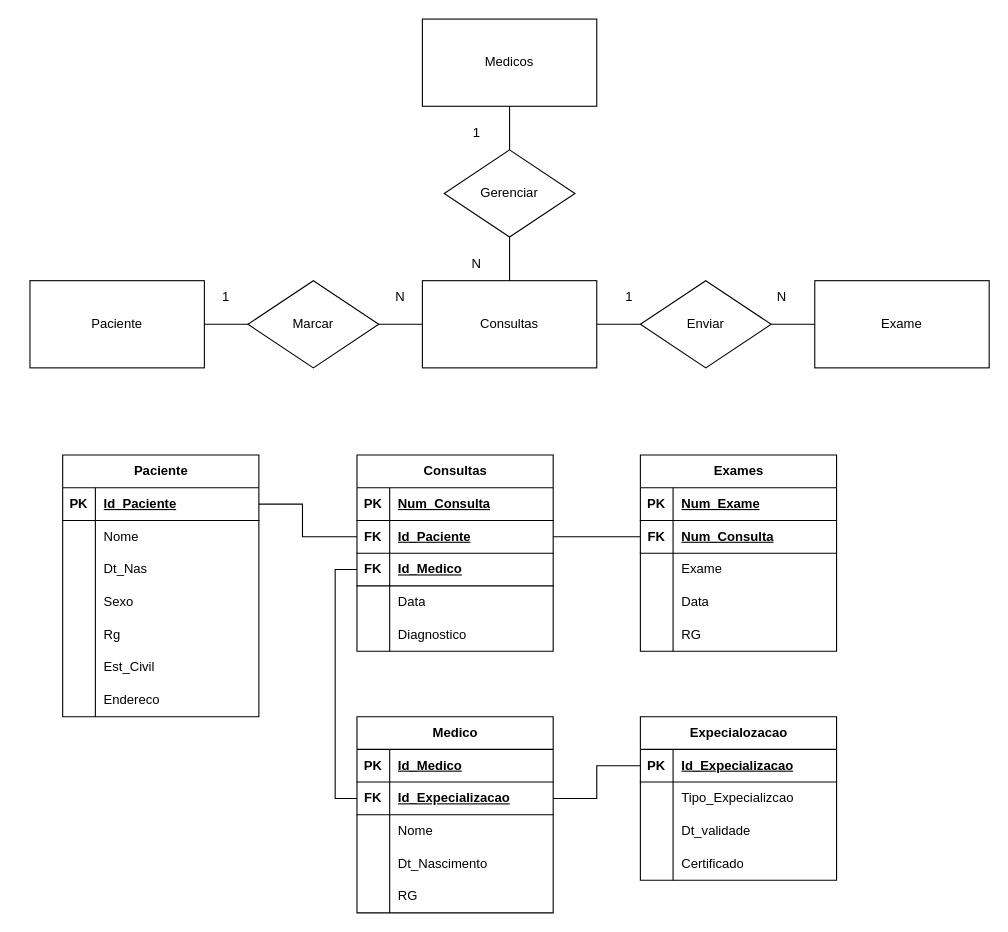
This is Ayv_edna.drawio from Endrigogustavo/2Ano-ETEC, a draw.io file, before an edit. Source tidied: cells renumbered, new cells numbered last; positions are measured from the earlier drawing's top-left corner, leaving out a move shared by most shapes. Both pictures are drawn from the tidied source at 109%, with x=0, y=0 at pixel (29, 19).
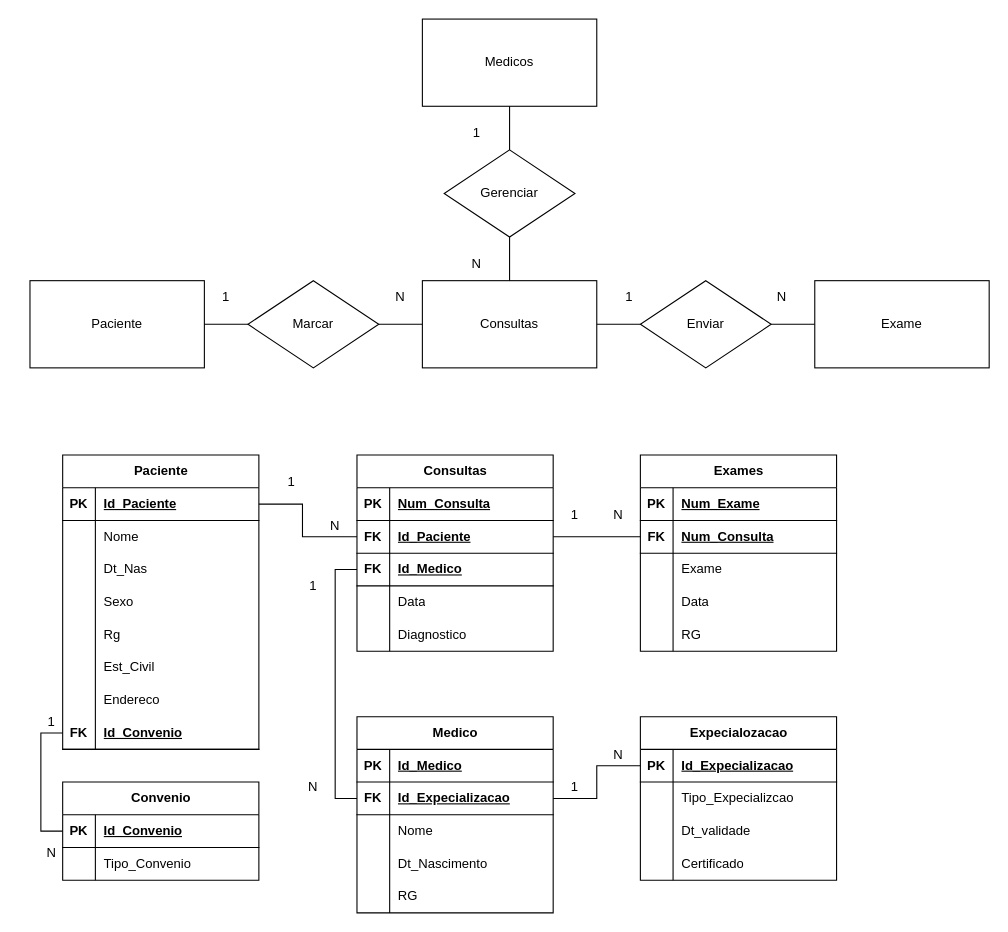
The same page after the edit.

Diff of the diagram source:
```diff
@@
     <mxCell id="15" value="Paciente" style="shape=table;startSize=30;childLayout=tableLayout;rowLines=0;fontStyle=1;align=center;html=1;" parent="1" vertex="1">
-      <mxGeometry x="30" y="400" width="180" height="240" as="geometry" />
+      <mxGeometry x="30" y="400" width="180" height="270" as="geometry" />
     </mxCell>
@@
+    <mxCell id="108" style="shape=tableRow;horizontal=0;startSize=0;swimlaneHead=0;swimlaneBody=0;fillColor=none;points=[[0,0.5],[1,0.5]];portConstraint=eastwest;top=0;left=0;right=0;bottom=1;" parent="15" vertex="1">
+      <mxGeometry y="240" width="180" height="30" as="geometry" />
+    </mxCell>
+    <mxCell id="109" value="FK" style="shape=partialRectangle;fillColor=none;top=0;left=0;bottom=0;right=0;fontStyle=1;overflow=hidden;whiteSpace=wrap;html=1;" parent="108" vertex="1">
+      <mxGeometry width="30" height="30" as="geometry" />
+    </mxCell>
+    <mxCell id="110" value="Id_Convenio" style="shape=partialRectangle;fillColor=none;top=0;left=0;bottom=0;right=0;align=left;spacingLeft=6;fontStyle=5;overflow=hidden;whiteSpace=wrap;html=1;" parent="108" vertex="1">
+      <mxGeometry x="30" width="150" height="30" as="geometry" />
+    </mxCell>
@@
+    <mxCell id="111" value="1" style="text;html=1;strokeColor=none;fillColor=none;align=center;verticalAlign=middle;whiteSpace=wrap;rounded=0;" parent="1" vertex="1">
+      <mxGeometry x="210" y="410" width="60" height="30" as="geometry" />
+    </mxCell>
+    <mxCell id="112" value="N" style="text;html=1;strokeColor=none;fillColor=none;align=center;verticalAlign=middle;whiteSpace=wrap;rounded=0;" parent="1" vertex="1">
+      <mxGeometry x="250" y="450" width="60" height="30" as="geometry" />
+    </mxCell>
+    <mxCell id="113" value="1" style="text;html=1;strokeColor=none;fillColor=none;align=center;verticalAlign=middle;whiteSpace=wrap;rounded=0;" parent="1" vertex="1">
+      <mxGeometry x="230" y="505" width="60" height="30" as="geometry" />
+    </mxCell>
+    <mxCell id="114" value="N" style="text;html=1;strokeColor=none;fillColor=none;align=center;verticalAlign=middle;whiteSpace=wrap;rounded=0;" parent="1" vertex="1">
+      <mxGeometry x="230" y="690" width="60" height="30" as="geometry" />
+    </mxCell>
+    <mxCell id="115" value="1" style="text;html=1;strokeColor=none;fillColor=none;align=center;verticalAlign=middle;whiteSpace=wrap;rounded=0;" parent="1" vertex="1">
+      <mxGeometry x="470" y="690" width="60" height="30" as="geometry" />
+    </mxCell>
+    <mxCell id="116" value="N" style="text;html=1;strokeColor=none;fillColor=none;align=center;verticalAlign=middle;whiteSpace=wrap;rounded=0;" parent="1" vertex="1">
+      <mxGeometry x="510" y="660" width="60" height="30" as="geometry" />
+    </mxCell>
+    <mxCell id="117" value="1" style="text;html=1;strokeColor=none;fillColor=none;align=center;verticalAlign=middle;whiteSpace=wrap;rounded=0;" parent="1" vertex="1">
+      <mxGeometry x="470" y="440" width="60" height="30" as="geometry" />
+    </mxCell>
+    <mxCell id="118" value="N" style="text;html=1;strokeColor=none;fillColor=none;align=center;verticalAlign=middle;whiteSpace=wrap;rounded=0;" parent="1" vertex="1">
+      <mxGeometry x="510" y="440" width="60" height="30" as="geometry" />
+    </mxCell>
+    <mxCell id="119" value="Convenio" style="shape=table;startSize=30;childLayout=tableLayout;rowLines=0;fontStyle=1;align=center;html=1;" parent="1" vertex="1">
+      <mxGeometry x="30" y="700" width="180" height="90" as="geometry" />
+    </mxCell>
+    <mxCell id="120" style="shape=tableRow;horizontal=0;startSize=0;swimlaneHead=0;swimlaneBody=0;fillColor=none;points=[[0,0.5],[1,0.5]];portConstraint=eastwest;top=0;left=0;right=0;bottom=1;" parent="119" vertex="1">
+      <mxGeometry y="30" width="180" height="30" as="geometry" />
+    </mxCell>
+    <mxCell id="121" value="PK" style="shape=partialRectangle;fillColor=none;top=0;left=0;bottom=0;right=0;fontStyle=1;overflow=hidden;whiteSpace=wrap;html=1;" parent="120" vertex="1">
+      <mxGeometry width="30" height="30" as="geometry" />
+    </mxCell>
+    <mxCell id="122" value="Id_Convenio" style="shape=partialRectangle;fillColor=none;top=0;left=0;bottom=0;right=0;align=left;spacingLeft=6;fontStyle=5;overflow=hidden;whiteSpace=wrap;html=1;" parent="120" vertex="1">
+      <mxGeometry x="30" width="150" height="30" as="geometry" />
+    </mxCell>
+    <mxCell id="123" style="shape=tableRow;horizontal=0;startSize=0;swimlaneHead=0;swimlaneBody=0;fillColor=none;top=0;left=0;right=0;bottom=0;" parent="119" vertex="1">
+      <mxGeometry y="60" width="180" height="30" as="geometry" />
+    </mxCell>
+    <mxCell id="124" style="shape=partialRectangle;fillColor=none;top=0;left=0;bottom=0;right=0;overflow=hidden;whiteSpace=wrap;html=1;" parent="123" vertex="1">
+      <mxGeometry width="30" height="30" as="geometry" />
+    </mxCell>
+    <mxCell id="125" value="Tipo_Convenio" style="shape=partialRectangle;fillColor=none;top=0;left=0;bottom=0;right=0;align=left;spacingLeft=6;overflow=hidden;whiteSpace=wrap;html=1;" parent="123" vertex="1">
+      <mxGeometry x="30" width="150" height="30" as="geometry" />
+    </mxCell>
+    <mxCell id="126" style="endArrow=none;html=1;rounded=0;exitX=0;exitY=0.5;exitDx=0;exitDy=0;entryX=0;entryY=0.5;entryDx=0;entryDy=0;" parent="1" edge="1" source="108" target="120">
+      <mxGeometry relative="1" as="geometry">
+        <Array as="points">
+          <mxPoint x="10" y="655" />
+          <mxPoint x="10" y="745" />
+        </Array>
+      </mxGeometry>
+    </mxCell>
+    <mxCell id="127" value="1" style="text;html=1;strokeColor=none;fillColor=none;align=center;verticalAlign=middle;whiteSpace=wrap;rounded=0;" parent="1" vertex="1">
+      <mxGeometry x="-10" y="630" width="60" height="30" as="geometry" />
+    </mxCell>
+    <mxCell id="128" value="N" style="text;html=1;strokeColor=none;fillColor=none;align=center;verticalAlign=middle;whiteSpace=wrap;rounded=0;" parent="1" vertex="1">
+      <mxGeometry x="-10" y="750" width="60" height="30" as="geometry" />
+    </mxCell>
```
